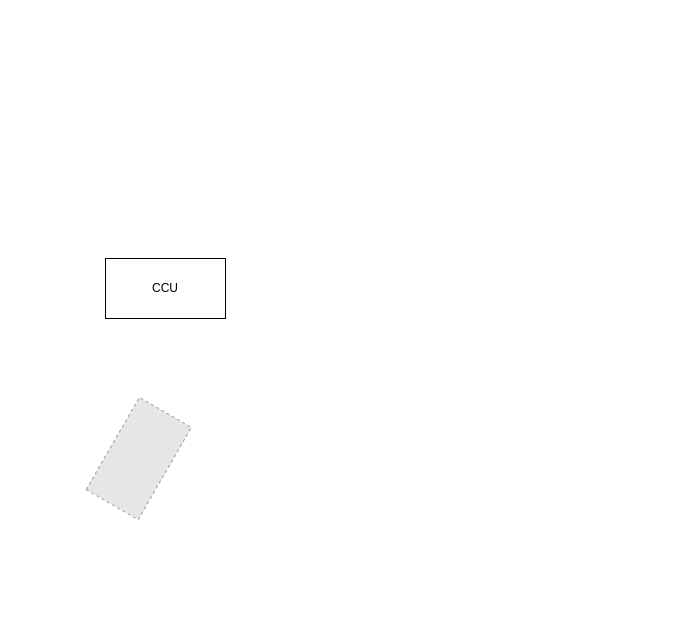
Above: 智能控制系统架构.drawio in csroderek/drawio (draw.io), before the change. Source tidied: cells renumbered, new cells numbered last; positions are measured from the earlier drawing's top-left corner, leaving out a move shared by most shapes. Both pictures are drawn from the tidied source at 100%, with x=0, y=0 at pixel (85, 258). Pictures stored in the file or linked from it are replaced by grey dashed boxes.
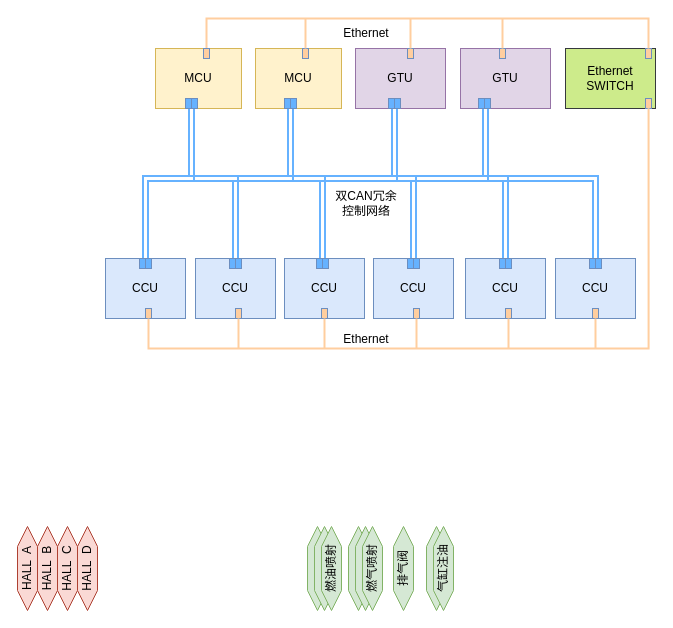
After the change.

Commit message:
更新智能控制系统架构.drawio

Change to the diagram source:
```diff
@@
+    <mxCell id="4" style="shape=hexagon;perimeter=hexagonPerimeter2;whiteSpace=wrap;html=1;fixedSize=1;rotation=-90;fillColor=#d5e8d4;strokeColor=#82b366;" parent="1" vertex="1">
+      <mxGeometry x="190" y="300" width="84" height="20" as="geometry" />
+    </mxCell>
-    <mxCell id="2" value="CCU" style="rounded=0;whiteSpace=wrap;html=1;" parent="1" vertex="1">
-      <mxGeometry x="20" width="120" height="60" as="geometry" />
+    <mxCell id="2" value="CCU" style="rounded=0;whiteSpace=wrap;html=1;fillColor=#dae8fc;strokeColor=#6c8ebf;" parent="1" vertex="1">
+      <mxGeometry x="20" width="80" height="60" as="geometry" />
     </mxCell>
-    <mxCell id="3" style="fillColor=#E6E6E6;strokeColor=#999999;dashed=1;verticalLabelPosition=bottom;verticalAlign=top;rotation=-60;" parent="1" vertex="1">
-      <mxGeometry y="170" width="106.5" height="60" as="geometry" />
-    </mxCell>
+    <mxCell id="5" style="shape=hexagon;perimeter=hexagonPerimeter2;whiteSpace=wrap;html=1;fixedSize=1;rotation=-90;fillColor=#d5e8d4;strokeColor=#82b366;" parent="1" vertex="1">
+      <mxGeometry x="197" y="300" width="84" height="20" as="geometry" />
+    </mxCell>
+    <mxCell id="6" value="燃油喷射" style="shape=hexagon;perimeter=hexagonPerimeter2;whiteSpace=wrap;html=1;fixedSize=1;rotation=-90;fillColor=#d5e8d4;strokeColor=#82b366;" parent="1" vertex="1">
+      <mxGeometry x="204" y="300" width="84" height="20" as="geometry" />
+    </mxCell>
+    <mxCell id="7" style="shape=hexagon;perimeter=hexagonPerimeter2;whiteSpace=wrap;html=1;fixedSize=1;rotation=-90;fillColor=#d5e8d4;strokeColor=#82b366;" parent="1" vertex="1">
+      <mxGeometry x="231" y="300" width="84" height="20" as="geometry" />
+    </mxCell>
+    <mxCell id="8" style="shape=hexagon;perimeter=hexagonPerimeter2;whiteSpace=wrap;html=1;fixedSize=1;rotation=-90;fillColor=#d5e8d4;strokeColor=#82b366;" parent="1" vertex="1">
+      <mxGeometry x="238" y="300" width="84" height="20" as="geometry" />
+    </mxCell>
+    <mxCell id="9" value="燃气喷射" style="shape=hexagon;perimeter=hexagonPerimeter2;whiteSpace=wrap;html=1;fixedSize=1;rotation=-90;fillColor=#d5e8d4;strokeColor=#82b366;" parent="1" vertex="1">
+      <mxGeometry x="245" y="300" width="84" height="20" as="geometry" />
+    </mxCell>
+    <mxCell id="10" value="排气阀" style="shape=hexagon;perimeter=hexagonPerimeter2;whiteSpace=wrap;html=1;fixedSize=1;rotation=-90;fillColor=#d5e8d4;strokeColor=#82b366;" parent="1" vertex="1">
+      <mxGeometry x="276" y="300" width="84" height="20" as="geometry" />
+    </mxCell>
+    <mxCell id="11" style="shape=hexagon;perimeter=hexagonPerimeter2;whiteSpace=wrap;html=1;fixedSize=1;rotation=-90;fillColor=#d5e8d4;strokeColor=#82b366;" parent="1" vertex="1">
+      <mxGeometry x="309" y="300" width="84" height="20" as="geometry" />
+    </mxCell>
+    <mxCell id="12" value="MCU" style="rounded=0;whiteSpace=wrap;html=1;fillColor=#fff2cc;strokeColor=#d6b656;" parent="1" vertex="1">
+      <mxGeometry x="70" y="-210" width="86" height="60" as="geometry" />
+    </mxCell>
+    <mxCell id="13" value="GTU" style="rounded=0;whiteSpace=wrap;html=1;fillColor=#e1d5e7;strokeColor=#9673a6;" parent="1" vertex="1">
+      <mxGeometry x="270" y="-210" width="90" height="60" as="geometry" />
+    </mxCell>
+    <mxCell id="14" style="shape=link;html=1;rounded=0;edgeStyle=orthogonalEdgeStyle;entryX=0.5;entryY=0;entryDx=0;entryDy=0;strokeWidth=2;strokeColor=#66B2FF;" parent="1" edge="1" source="2">
+      <mxGeometry relative="1" as="geometry">
+        <mxPoint x="510" as="targetPoint" />
+        <Array as="points">
+          <mxPoint x="60" y="-80" />
+          <mxPoint x="510" y="-80" />
+        </Array>
+      </mxGeometry>
+    </mxCell>
+    <mxCell id="15" style="shape=link;html=1;rounded=0;edgeStyle=orthogonalEdgeStyle;exitX=0.5;exitY=1;exitDx=0;exitDy=0;strokeWidth=2;strokeColor=#66B2FF;" parent="1" edge="1">
+      <mxGeometry relative="1" as="geometry">
+        <mxPoint x="106" y="-150" as="sourcePoint" />
+        <mxPoint x="89" y="-80" as="targetPoint" />
+        <Array as="points">
+          <mxPoint x="106" y="-80" />
+        </Array>
+      </mxGeometry>
+    </mxCell>
+    <mxCell id="16" style="shape=link;html=1;rounded=0;edgeStyle=orthogonalEdgeStyle;strokeWidth=2;strokeColor=#66B2FF;" parent="1" edge="1">
+      <mxGeometry relative="1" as="geometry">
+        <mxPoint x="150" as="sourcePoint" />
+        <mxPoint x="130" y="-80" as="targetPoint" />
+        <Array as="points">
+          <mxPoint x="150" />
+          <mxPoint x="150" y="-80" />
+        </Array>
+      </mxGeometry>
+    </mxCell>
+    <mxCell id="17" style="shape=link;html=1;rounded=0;edgeStyle=orthogonalEdgeStyle;exitX=0.5;exitY=1;exitDx=0;exitDy=0;strokeWidth=2;strokeColor=#66B2FF;" parent="1" edge="1">
+      <mxGeometry relative="1" as="geometry">
+        <mxPoint x="205" y="-150" as="sourcePoint" />
+        <mxPoint x="188" y="-80" as="targetPoint" />
+        <Array as="points">
+          <mxPoint x="205" y="-80" />
+        </Array>
+      </mxGeometry>
+    </mxCell>
+    <mxCell id="18" style="shape=link;html=1;rounded=0;edgeStyle=orthogonalEdgeStyle;strokeWidth=2;strokeColor=#66B2FF;" parent="1" edge="1">
+      <mxGeometry relative="1" as="geometry">
+        <mxPoint x="237" as="sourcePoint" />
+        <mxPoint x="217" y="-80" as="targetPoint" />
+        <Array as="points">
+          <mxPoint x="237" />
+          <mxPoint x="237" y="-80" />
+        </Array>
+      </mxGeometry>
+    </mxCell>
+    <mxCell id="19" style="shape=link;html=1;rounded=0;edgeStyle=orthogonalEdgeStyle;strokeWidth=2;strokeColor=#66B2FF;" parent="1" edge="1">
+      <mxGeometry relative="1" as="geometry">
+        <mxPoint x="328" as="sourcePoint" />
+        <mxPoint x="308" y="-80" as="targetPoint" />
+        <Array as="points">
+          <mxPoint x="328" />
+          <mxPoint x="328" y="-80" />
+        </Array>
+      </mxGeometry>
+    </mxCell>
+    <mxCell id="20" style="shape=link;html=1;rounded=0;edgeStyle=orthogonalEdgeStyle;strokeWidth=2;strokeColor=#66B2FF;" parent="1" edge="1">
+      <mxGeometry relative="1" as="geometry">
+        <mxPoint x="420" as="sourcePoint" />
+        <mxPoint x="400" y="-80" as="targetPoint" />
+        <Array as="points">
+          <mxPoint x="420" />
+          <mxPoint x="420" y="-80" />
+        </Array>
+      </mxGeometry>
+    </mxCell>
+    <mxCell id="21" value="HALL&amp;nbsp; A" style="shape=hexagon;perimeter=hexagonPerimeter2;whiteSpace=wrap;html=1;fixedSize=1;rotation=-90;fillColor=#fad9d5;strokeColor=#ae4132;" parent="1" vertex="1">
+      <mxGeometry x="-100" y="300" width="84" height="20" as="geometry" />
+    </mxCell>
+    <mxCell id="22" value="HALL&amp;nbsp; B" style="shape=hexagon;perimeter=hexagonPerimeter2;whiteSpace=wrap;html=1;fixedSize=1;rotation=-90;fillColor=#fad9d5;strokeColor=#ae4132;" parent="1" vertex="1">
+      <mxGeometry x="-80" y="300" width="84" height="20" as="geometry" />
+    </mxCell>
+    <mxCell id="23" value="HALL&amp;nbsp; C" style="shape=hexagon;perimeter=hexagonPerimeter2;whiteSpace=wrap;html=1;fixedSize=1;rotation=-90;fillColor=#fad9d5;strokeColor=#ae4132;" parent="1" vertex="1">
+      <mxGeometry x="-60" y="300" width="84" height="20" as="geometry" />
+    </mxCell>
+    <mxCell id="24" value="HALL&amp;nbsp; D" style="shape=hexagon;perimeter=hexagonPerimeter2;whiteSpace=wrap;html=1;fixedSize=1;rotation=-90;fillColor=#fad9d5;strokeColor=#ae4132;" parent="1" vertex="1">
+      <mxGeometry x="-40" y="300" width="84" height="20" as="geometry" />
+    </mxCell>
+    <mxCell id="25" value="GTU" style="rounded=0;whiteSpace=wrap;html=1;fillColor=#e1d5e7;strokeColor=#9673a6;" parent="1" vertex="1">
+      <mxGeometry x="375" y="-210" width="90" height="60" as="geometry" />
+    </mxCell>
+    <mxCell id="26" value="气缸注油" style="shape=hexagon;perimeter=hexagonPerimeter2;whiteSpace=wrap;html=1;fixedSize=1;rotation=-90;fillColor=#d5e8d4;strokeColor=#82b366;" parent="1" vertex="1">
+      <mxGeometry x="316" y="300" width="84" height="20" as="geometry" />
+    </mxCell>
+    <mxCell id="27" value="CCU" style="rounded=0;whiteSpace=wrap;html=1;fillColor=#dae8fc;strokeColor=#6c8ebf;" parent="1" vertex="1">
+      <mxGeometry x="110" width="80" height="60" as="geometry" />
+    </mxCell>
+    <mxCell id="28" value="CCU" style="rounded=0;whiteSpace=wrap;html=1;fillColor=#dae8fc;strokeColor=#6c8ebf;" parent="1" vertex="1">
+      <mxGeometry x="199" width="80" height="60" as="geometry" />
+    </mxCell>
+    <mxCell id="29" value="CCU" style="rounded=0;whiteSpace=wrap;html=1;fillColor=#dae8fc;strokeColor=#6c8ebf;" parent="1" vertex="1">
+      <mxGeometry x="288" width="80" height="60" as="geometry" />
+    </mxCell>
+    <mxCell id="30" value="CCU" style="rounded=0;whiteSpace=wrap;html=1;fillColor=#dae8fc;strokeColor=#6c8ebf;" parent="1" vertex="1">
+      <mxGeometry x="380" width="80" height="60" as="geometry" />
+    </mxCell>
+    <mxCell id="31" value="CCU" style="rounded=0;whiteSpace=wrap;html=1;fillColor=#dae8fc;strokeColor=#6c8ebf;" parent="1" vertex="1">
+      <mxGeometry x="470" width="80" height="60" as="geometry" />
+    </mxCell>
+    <mxCell id="32" value="MCU" style="rounded=0;whiteSpace=wrap;html=1;fillColor=#fff2cc;strokeColor=#d6b656;" parent="1" vertex="1">
+      <mxGeometry x="170" y="-210" width="86" height="60" as="geometry" />
+    </mxCell>
+    <mxCell id="33" style="shape=link;html=1;rounded=0;edgeStyle=orthogonalEdgeStyle;exitX=0.5;exitY=1;exitDx=0;exitDy=0;strokeWidth=2;strokeColor=#66B2FF;" parent="1" edge="1">
+      <mxGeometry relative="1" as="geometry">
+        <mxPoint x="309" y="-150" as="sourcePoint" />
+        <mxPoint x="292" y="-80" as="targetPoint" />
+        <Array as="points">
+          <mxPoint x="309" y="-80" />
+        </Array>
+      </mxGeometry>
+    </mxCell>
+    <mxCell id="34" style="shape=link;html=1;rounded=0;edgeStyle=orthogonalEdgeStyle;exitX=0.5;exitY=1;exitDx=0;exitDy=0;strokeWidth=2;strokeColor=#66B2FF;" parent="1" edge="1">
+      <mxGeometry relative="1" as="geometry">
+        <mxPoint x="400" y="-150" as="sourcePoint" />
+        <mxPoint x="383" y="-80" as="targetPoint" />
+        <Array as="points">
+          <mxPoint x="400" y="-80" />
+        </Array>
+      </mxGeometry>
+    </mxCell>
+    <mxCell id="35" value="双CAN冗余控制网络" style="text;html=1;strokeColor=none;fillColor=none;align=center;verticalAlign=middle;whiteSpace=wrap;rounded=0;" parent="1" vertex="1">
+      <mxGeometry x="246" y="-70" width="70" height="30" as="geometry" />
+    </mxCell>
+    <mxCell id="36" style="rounded=0;whiteSpace=wrap;html=1;fillColor=#66b2ff;strokeColor=#6c8ebf;gradientColor=none;" parent="1" vertex="1">
+      <mxGeometry x="54" width="6" height="10" as="geometry" />
+    </mxCell>
+    <mxCell id="37" style="rounded=0;whiteSpace=wrap;html=1;fillColor=#66b2ff;strokeColor=#6c8ebf;gradientColor=none;" parent="1" vertex="1">
+      <mxGeometry x="60" width="6" height="10" as="geometry" />
+    </mxCell>
+    <mxCell id="38" style="rounded=0;whiteSpace=wrap;html=1;fillColor=#66b2ff;strokeColor=#6c8ebf;gradientColor=none;" parent="1" vertex="1">
+      <mxGeometry x="144" width="6" height="10" as="geometry" />
+    </mxCell>
+    <mxCell id="39" style="rounded=0;whiteSpace=wrap;html=1;fillColor=#66b2ff;strokeColor=#6c8ebf;gradientColor=none;" parent="1" vertex="1">
+      <mxGeometry x="150" width="6" height="10" as="geometry" />
+    </mxCell>
+    <mxCell id="40" style="rounded=0;whiteSpace=wrap;html=1;fillColor=#66b2ff;strokeColor=#6c8ebf;gradientColor=none;" parent="1" vertex="1">
+      <mxGeometry x="231" width="6" height="10" as="geometry" />
+    </mxCell>
+    <mxCell id="41" style="rounded=0;whiteSpace=wrap;html=1;fillColor=#66b2ff;strokeColor=#6c8ebf;gradientColor=none;" parent="1" vertex="1">
+      <mxGeometry x="237" width="6" height="10" as="geometry" />
+    </mxCell>
+    <mxCell id="42" style="rounded=0;whiteSpace=wrap;html=1;fillColor=#66b2ff;strokeColor=#6c8ebf;gradientColor=none;" parent="1" vertex="1">
+      <mxGeometry x="322" width="6" height="10" as="geometry" />
+    </mxCell>
+    <mxCell id="43" style="rounded=0;whiteSpace=wrap;html=1;fillColor=#66b2ff;strokeColor=#6c8ebf;gradientColor=none;" parent="1" vertex="1">
+      <mxGeometry x="328" width="6" height="10" as="geometry" />
+    </mxCell>
+    <mxCell id="44" style="rounded=0;whiteSpace=wrap;html=1;fillColor=#66b2ff;strokeColor=#6c8ebf;gradientColor=none;" parent="1" vertex="1">
+      <mxGeometry x="414" width="6" height="10" as="geometry" />
+    </mxCell>
+    <mxCell id="45" style="rounded=0;whiteSpace=wrap;html=1;fillColor=#66b2ff;strokeColor=#6c8ebf;gradientColor=none;" parent="1" vertex="1">
+      <mxGeometry x="420" width="6" height="10" as="geometry" />
+    </mxCell>
+    <mxCell id="46" style="rounded=0;whiteSpace=wrap;html=1;fillColor=#66b2ff;strokeColor=#6c8ebf;gradientColor=none;" parent="1" vertex="1">
+      <mxGeometry x="504" width="6" height="10" as="geometry" />
+    </mxCell>
+    <mxCell id="47" style="rounded=0;whiteSpace=wrap;html=1;fillColor=#66b2ff;strokeColor=#6c8ebf;gradientColor=none;" parent="1" vertex="1">
+      <mxGeometry x="510" width="6" height="10" as="geometry" />
+    </mxCell>
+    <mxCell id="48" style="rounded=0;whiteSpace=wrap;html=1;fillColor=#66b2ff;strokeColor=#6c8ebf;gradientColor=none;" parent="1" vertex="1">
+      <mxGeometry x="393" y="-160" width="6" height="10" as="geometry" />
+    </mxCell>
+    <mxCell id="49" style="rounded=0;whiteSpace=wrap;html=1;fillColor=#66b2ff;strokeColor=#6c8ebf;gradientColor=none;" parent="1" vertex="1">
+      <mxGeometry x="399" y="-160" width="6" height="10" as="geometry" />
+    </mxCell>
+    <mxCell id="50" style="rounded=0;whiteSpace=wrap;html=1;fillColor=#66b2ff;strokeColor=#6c8ebf;gradientColor=none;" parent="1" vertex="1">
+      <mxGeometry x="303" y="-160" width="6" height="10" as="geometry" />
+    </mxCell>
+    <mxCell id="51" style="rounded=0;whiteSpace=wrap;html=1;fillColor=#66b2ff;strokeColor=#6c8ebf;gradientColor=none;" parent="1" vertex="1">
+      <mxGeometry x="309" y="-160" width="6" height="10" as="geometry" />
+    </mxCell>
+    <mxCell id="52" style="rounded=0;whiteSpace=wrap;html=1;fillColor=#66b2ff;strokeColor=#6c8ebf;gradientColor=none;" parent="1" vertex="1">
+      <mxGeometry x="199" y="-160" width="6" height="10" as="geometry" />
+    </mxCell>
+    <mxCell id="53" style="rounded=0;whiteSpace=wrap;html=1;fillColor=#66b2ff;strokeColor=#6c8ebf;gradientColor=none;" parent="1" vertex="1">
+      <mxGeometry x="205" y="-160" width="6" height="10" as="geometry" />
+    </mxCell>
+    <mxCell id="54" style="rounded=0;whiteSpace=wrap;html=1;fillColor=#66b2ff;strokeColor=#6c8ebf;gradientColor=none;" parent="1" vertex="1">
+      <mxGeometry x="100" y="-160" width="6" height="10" as="geometry" />
+    </mxCell>
+    <mxCell id="55" style="rounded=0;whiteSpace=wrap;html=1;fillColor=#66b2ff;strokeColor=#6c8ebf;gradientColor=none;" parent="1" vertex="1">
+      <mxGeometry x="106" y="-160" width="6" height="10" as="geometry" />
+    </mxCell>
+    <mxCell id="56" value="Ethernet&lt;br&gt;SWITCH" style="rounded=0;whiteSpace=wrap;html=1;fillColor=#cdeb8b;strokeColor=#36393d;" parent="1" vertex="1">
+      <mxGeometry x="480" y="-210" width="90" height="60" as="geometry" />
+    </mxCell>
+    <mxCell id="57" style="rounded=0;whiteSpace=wrap;html=1;fillColor=#FFCE9F;strokeColor=#6c8ebf;gradientColor=none;" parent="1" vertex="1">
+      <mxGeometry x="560" y="-210" width="6" height="10" as="geometry" />
+    </mxCell>
+    <mxCell id="58" style="rounded=0;whiteSpace=wrap;html=1;fillColor=#FFCE9F;strokeColor=#6c8ebf;gradientColor=none;" parent="1" vertex="1">
+      <mxGeometry x="560" y="-160" width="6" height="10" as="geometry" />
+    </mxCell>
+    <mxCell id="59" style="rounded=0;whiteSpace=wrap;html=1;fillColor=#FFCE9F;strokeColor=#6c8ebf;gradientColor=none;" parent="1" vertex="1">
+      <mxGeometry x="414" y="-210" width="6" height="10" as="geometry" />
+    </mxCell>
+    <mxCell id="60" style="rounded=0;whiteSpace=wrap;html=1;fillColor=#FFCE9F;strokeColor=#6c8ebf;gradientColor=none;" parent="1" vertex="1">
+      <mxGeometry x="322" y="-210" width="6" height="10" as="geometry" />
+    </mxCell>
+    <mxCell id="61" style="rounded=0;whiteSpace=wrap;html=1;fillColor=#FFCE9F;strokeColor=#6c8ebf;gradientColor=none;" parent="1" vertex="1">
+      <mxGeometry x="217" y="-210" width="6" height="10" as="geometry" />
+    </mxCell>
+    <mxCell id="62" style="edgeStyle=orthogonalEdgeStyle;rounded=0;jettySize=auto;html=1;entryX=0.5;entryY=0;entryDx=0;entryDy=0;endArrow=none;endFill=0;strokeWidth=2;strokeColor=#ffce9f;" parent="1" edge="1" source="63" target="57">
+      <mxGeometry relative="1" as="geometry">
+        <Array as="points">
+          <mxPoint x="121" y="-240" />
+          <mxPoint x="563" y="-240" />
+        </Array>
+      </mxGeometry>
+    </mxCell>
+    <mxCell id="63" style="rounded=0;whiteSpace=wrap;html=1;fillColor=#FFCE9F;strokeColor=#6c8ebf;gradientColor=none;" parent="1" vertex="1">
+      <mxGeometry x="118" y="-210" width="6" height="10" as="geometry" />
+    </mxCell>
+    <mxCell id="64" style="rounded=0;whiteSpace=wrap;html=1;fillColor=#FFCE9F;strokeColor=#6c8ebf;gradientColor=none;" parent="1" vertex="1">
+      <mxGeometry x="60" y="50" width="6" height="10" as="geometry" />
+    </mxCell>
+    <mxCell id="65" style="rounded=0;whiteSpace=wrap;html=1;fillColor=#FFCE9F;strokeColor=#6c8ebf;gradientColor=none;" parent="1" vertex="1">
+      <mxGeometry x="150" y="50" width="6" height="10" as="geometry" />
+    </mxCell>
+    <mxCell id="66" style="rounded=0;whiteSpace=wrap;html=1;fillColor=#FFCE9F;strokeColor=#6c8ebf;gradientColor=none;" parent="1" vertex="1">
+      <mxGeometry x="236" y="50" width="6" height="10" as="geometry" />
+    </mxCell>
+    <mxCell id="67" style="rounded=0;whiteSpace=wrap;html=1;fillColor=#FFCE9F;strokeColor=#6c8ebf;gradientColor=none;" parent="1" vertex="1">
+      <mxGeometry x="328" y="50" width="6" height="10" as="geometry" />
+    </mxCell>
+    <mxCell id="68" style="rounded=0;whiteSpace=wrap;html=1;fillColor=#FFCE9F;strokeColor=#6c8ebf;gradientColor=none;" parent="1" vertex="1">
+      <mxGeometry x="507" y="50" width="6" height="10" as="geometry" />
+    </mxCell>
+    <mxCell id="69" style="rounded=0;whiteSpace=wrap;html=1;fillColor=#FFCE9F;strokeColor=#6c8ebf;gradientColor=none;" parent="1" vertex="1">
+      <mxGeometry x="420" y="50" width="6" height="10" as="geometry" />
+    </mxCell>
+    <mxCell id="70" style="line;strokeWidth=2;direction=south;html=1;strokeColor=#ffce9f;" parent="1" vertex="1">
+      <mxGeometry x="215" y="-240" width="10" height="30" as="geometry" />
+    </mxCell>
+    <mxCell id="71" style="line;strokeWidth=2;direction=south;html=1;strokeColor=#ffce9f;" parent="1" vertex="1">
+      <mxGeometry x="320" y="-240" width="10" height="30" as="geometry" />
+    </mxCell>
+    <mxCell id="72" style="line;strokeWidth=2;direction=south;html=1;strokeColor=#ffce9f;" parent="1" vertex="1">
+      <mxGeometry x="412" y="-240" width="10" height="30" as="geometry" />
+    </mxCell>
+    <mxCell id="73" style="edgeStyle=orthogonalEdgeStyle;rounded=0;jettySize=auto;html=1;entryX=0.923;entryY=0.996;entryDx=0;entryDy=0;entryPerimeter=0;strokeWidth=2;endArrow=none;endFill=0;strokeColor=#ffce9f;" parent="1" edge="1" source="64" target="56">
+      <mxGeometry relative="1" as="geometry">
+        <Array as="points">
+          <mxPoint x="63" y="90" />
+          <mxPoint x="563" y="90" />
+        </Array>
+      </mxGeometry>
+    </mxCell>
+    <mxCell id="74" style="line;strokeWidth=2;direction=south;html=1;strokeColor=#ffce9f;" parent="1" vertex="1">
+      <mxGeometry x="148" y="60" width="10" height="30" as="geometry" />
+    </mxCell>
+    <mxCell id="75" style="line;strokeWidth=2;direction=south;html=1;strokeColor=#ffce9f;" parent="1" vertex="1">
+      <mxGeometry x="234" y="60" width="10" height="30" as="geometry" />
+    </mxCell>
+    <mxCell id="76" style="line;strokeWidth=2;direction=south;html=1;strokeColor=#ffce9f;" parent="1" vertex="1">
+      <mxGeometry x="326" y="60" width="10" height="30" as="geometry" />
+    </mxCell>
+    <mxCell id="77" style="line;strokeWidth=2;direction=south;html=1;strokeColor=#ffce9f;" parent="1" vertex="1">
+      <mxGeometry x="418" y="60" width="10" height="30" as="geometry" />
+    </mxCell>
+    <mxCell id="78" style="line;strokeWidth=2;direction=south;html=1;strokeColor=#ffce9f;" parent="1" vertex="1">
+      <mxGeometry x="505" y="60" width="10" height="30" as="geometry" />
+    </mxCell>
+    <mxCell id="79" value="Ethernet" style="text;html=1;strokeColor=none;fillColor=none;align=center;verticalAlign=middle;whiteSpace=wrap;rounded=0;" parent="1" vertex="1">
+      <mxGeometry x="246" y="66" width="70" height="30" as="geometry" />
+    </mxCell>
+    <mxCell id="80" value="Ethernet" style="text;html=1;strokeColor=none;fillColor=none;align=center;verticalAlign=middle;whiteSpace=wrap;rounded=0;" parent="1" vertex="1">
+      <mxGeometry x="246" y="-240" width="70" height="30" as="geometry" />
+    </mxCell>
```
